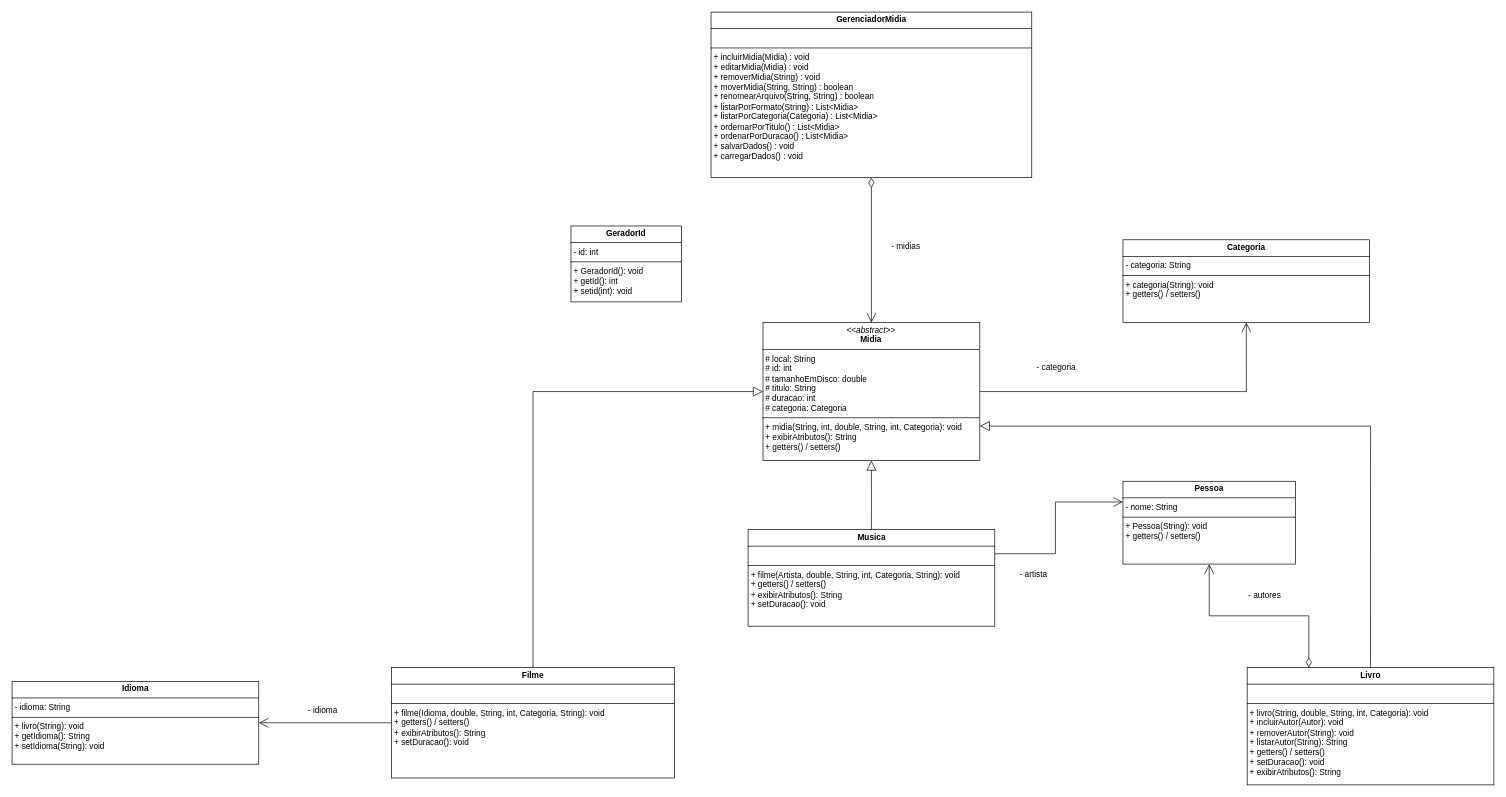
Earlier version of the draw.io diagram src/resources/UML-gerenciador-midias.drawio (LauraBarauna/GerenciadorMidias). Source tidied: cells renumbered, new cells numbered last; positions are measured from the earlier drawing's top-left corner, leaving out a move shared by most shapes. Both pictures are drawn from the tidied source at 69%, with x=0, y=0 at pixel (12, 12).
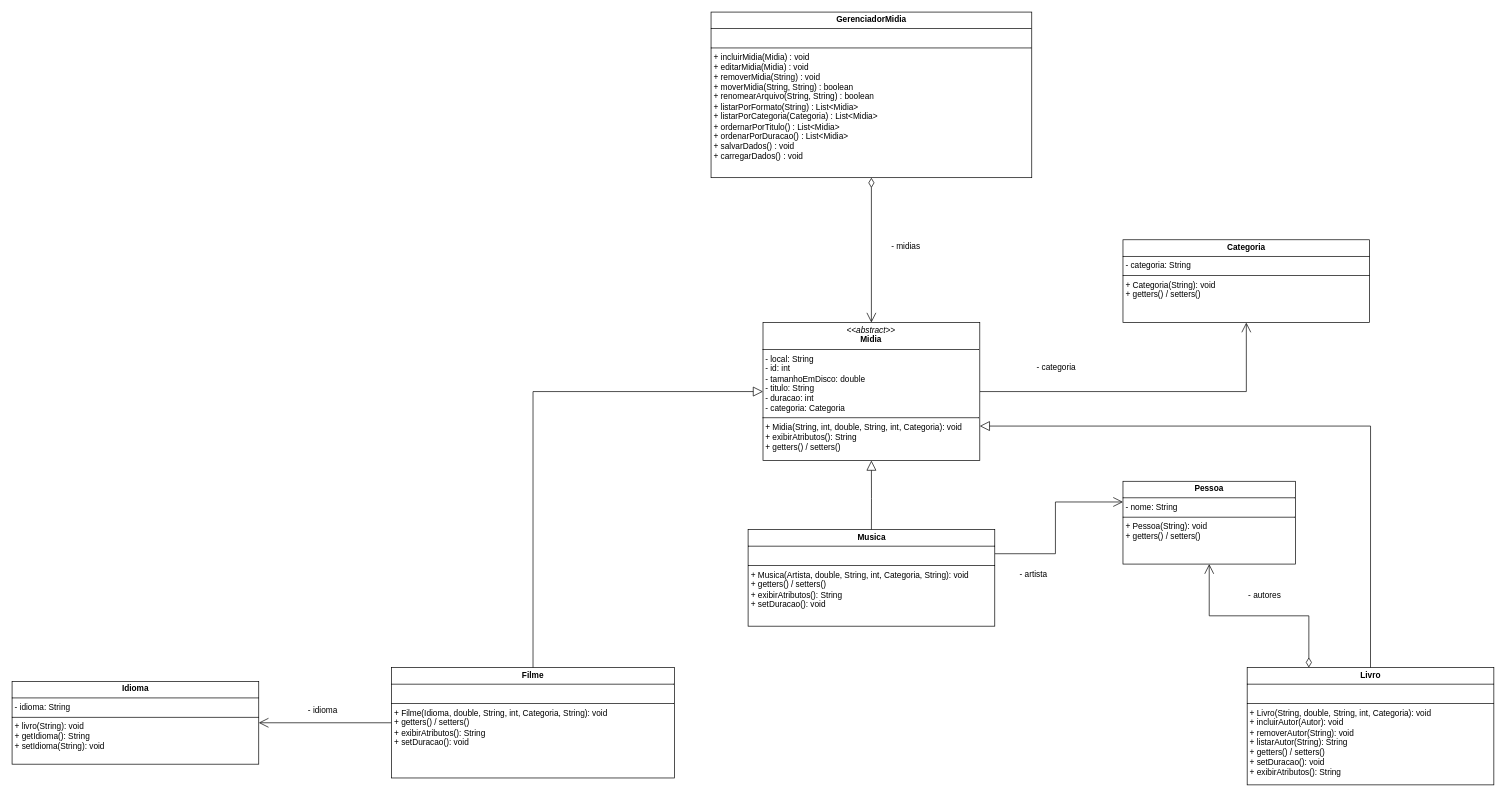
After the change.

Commit message (it also covers changes not shown here):
alterações musica, GerenciadorMidia e UML

Change to the diagram source:
```diff
@@
-    <mxCell id="3" value="&lt;p style=&quot;margin:0px;margin-top:4px;text-align:center;&quot;&gt;&lt;b&gt;Filme&lt;/b&gt;&lt;/p&gt;&lt;hr size=&quot;1&quot; style=&quot;border-style:solid;&quot;&gt;&lt;p style=&quot;margin:0px;margin-left:4px;&quot;&gt;&lt;br&gt;&lt;/p&gt;&lt;hr size=&quot;1&quot; style=&quot;border-style:solid;&quot;&gt;&lt;p style=&quot;margin:0px;margin-left:4px;&quot;&gt;+ filme(Idioma, double, String, int, Categoria, String): void&lt;/p&gt;&lt;p style=&quot;margin:0px;margin-left:4px;&quot;&gt;+ getters() / setters()&lt;/p&gt;&lt;p style=&quot;margin:0px;margin-left:4px;&quot;&gt;+ exibirAtributos(): String&lt;/p&gt;&lt;p style=&quot;margin:0px;margin-left:4px;&quot;&gt;+ setDuracao(): void&lt;/p&gt;" style="verticalAlign=top;align=left;overflow=fill;html=1;whiteSpace=wrap;" parent="1" vertex="1">
+    <mxCell id="3" value="&lt;p style=&quot;margin:0px;margin-top:4px;text-align:center;&quot;&gt;&lt;b&gt;Filme&lt;/b&gt;&lt;/p&gt;&lt;hr size=&quot;1&quot; style=&quot;border-style:solid;&quot;&gt;&lt;p style=&quot;margin:0px;margin-left:4px;&quot;&gt;&lt;br&gt;&lt;/p&gt;&lt;hr size=&quot;1&quot; style=&quot;border-style:solid;&quot;&gt;&lt;p style=&quot;margin:0px;margin-left:4px;&quot;&gt;+ Filme(Idioma, double, String, int, Categoria, String): void&lt;/p&gt;&lt;p style=&quot;margin:0px;margin-left:4px;&quot;&gt;+ getters() / setters()&lt;/p&gt;&lt;p style=&quot;margin:0px;margin-left:4px;&quot;&gt;+ exibirAtributos(): String&lt;/p&gt;&lt;p style=&quot;margin:0px;margin-left:4px;&quot;&gt;+ setDuracao(): void&lt;/p&gt;" style="verticalAlign=top;align=left;overflow=fill;html=1;whiteSpace=wrap;" parent="1" vertex="1">
       <mxGeometry x="550" y="950" width="410" height="160" as="geometry" />
     </mxCell>
@@
-    <mxCell id="5" value="&lt;p style=&quot;margin:0px;margin-top:4px;text-align:center;&quot;&gt;&lt;i&gt;&amp;lt;&amp;lt;abstract&amp;gt;&amp;gt;&lt;/i&gt;&lt;br&gt;&lt;b&gt;Midia&lt;/b&gt;&lt;/p&gt;&lt;hr size=&quot;1&quot; style=&quot;border-style:solid;&quot;&gt;&lt;p style=&quot;margin:0px;margin-left:4px;&quot;&gt;# local: String&lt;/p&gt;&lt;p style=&quot;margin:0px;margin-left:4px;&quot;&gt;# id: int&lt;br&gt;# tamanhoEmDisco: double&lt;/p&gt;&lt;p style=&quot;margin:0px;margin-left:4px;&quot;&gt;# titulo: String&lt;/p&gt;&lt;p style=&quot;margin:0px;margin-left:4px;&quot;&gt;# duracao: int&lt;/p&gt;&lt;p style=&quot;margin:0px;margin-left:4px;&quot;&gt;# categoria: Categoria&lt;/p&gt;&lt;hr size=&quot;1&quot; style=&quot;border-style:solid;&quot;&gt;&lt;p style=&quot;margin:0px;margin-left:4px;&quot;&gt;+ midia(String, int, double, String, int, Categoria): void&lt;br&gt;+ exibirAtributos(): String&lt;/p&gt;&lt;p style=&quot;margin:0px;margin-left:4px;&quot;&gt;+ getters() / setters()&lt;/p&gt;" style="verticalAlign=top;align=left;overflow=fill;html=1;whiteSpace=wrap;" parent="1" vertex="1">
+    <mxCell id="5" value="&lt;p style=&quot;margin:0px;margin-top:4px;text-align:center;&quot;&gt;&lt;i&gt;&amp;lt;&amp;lt;abstract&amp;gt;&amp;gt;&lt;/i&gt;&lt;br&gt;&lt;b&gt;Midia&lt;/b&gt;&lt;/p&gt;&lt;hr size=&quot;1&quot; style=&quot;border-style:solid;&quot;&gt;&lt;p style=&quot;margin:0px;margin-left:4px;&quot;&gt;- local: String&lt;/p&gt;&lt;p style=&quot;margin:0px;margin-left:4px;&quot;&gt;- id: int&lt;br&gt;- tamanhoEmDisco: double&lt;/p&gt;&lt;p style=&quot;margin:0px;margin-left:4px;&quot;&gt;- titulo: String&lt;/p&gt;&lt;p style=&quot;margin:0px;margin-left:4px;&quot;&gt;- duracao: int&lt;/p&gt;&lt;p style=&quot;margin:0px;margin-left:4px;&quot;&gt;- categoria: Categoria&lt;/p&gt;&lt;hr size=&quot;1&quot; style=&quot;border-style:solid;&quot;&gt;&lt;p style=&quot;margin:0px;margin-left:4px;&quot;&gt;+ Midia(String, int, double, String, int, Categoria): void&lt;br&gt;+ exibirAtributos(): String&lt;/p&gt;&lt;p style=&quot;margin:0px;margin-left:4px;&quot;&gt;+ getters() / setters()&lt;/p&gt;" style="verticalAlign=top;align=left;overflow=fill;html=1;whiteSpace=wrap;" parent="1" vertex="1">
       <mxGeometry x="1088.3" y="450" width="314.2" height="200" as="geometry" />
     </mxCell>
@@
-    <mxCell id="7" value="&lt;p style=&quot;margin:0px;margin-top:4px;text-align:center;&quot;&gt;&lt;b&gt;Musica&lt;/b&gt;&lt;/p&gt;&lt;hr size=&quot;1&quot; style=&quot;border-style:solid;&quot;&gt;&lt;p style=&quot;margin:0px;margin-left:4px;&quot;&gt;&lt;br&gt;&lt;/p&gt;&lt;hr size=&quot;1&quot; style=&quot;border-style:solid;&quot;&gt;&lt;p style=&quot;margin:0px;margin-left:4px;&quot;&gt;+ filme(Artista, double, String, int, Categoria, String): void&lt;/p&gt;&lt;p style=&quot;margin: 0px 0px 0px 4px;&quot;&gt;+ getters() / setters()&lt;/p&gt;&lt;p style=&quot;margin:0px;margin-left:4px;&quot;&gt;+ exibirAtributos(): String&lt;/p&gt;&lt;p style=&quot;margin:0px;margin-left:4px;&quot;&gt;+ setDuracao(): void&lt;/p&gt;" style="verticalAlign=top;align=left;overflow=fill;html=1;whiteSpace=wrap;" parent="1" vertex="1">
+    <mxCell id="7" value="&lt;p style=&quot;margin:0px;margin-top:4px;text-align:center;&quot;&gt;&lt;b&gt;Musica&lt;/b&gt;&lt;/p&gt;&lt;hr size=&quot;1&quot; style=&quot;border-style:solid;&quot;&gt;&lt;p style=&quot;margin:0px;margin-left:4px;&quot;&gt;&lt;br&gt;&lt;/p&gt;&lt;hr size=&quot;1&quot; style=&quot;border-style:solid;&quot;&gt;&lt;p style=&quot;margin:0px;margin-left:4px;&quot;&gt;+ Musica(Artista, double, String, int, Categoria, String): void&lt;/p&gt;&lt;p style=&quot;margin: 0px 0px 0px 4px;&quot;&gt;+ getters() / setters()&lt;/p&gt;&lt;p style=&quot;margin:0px;margin-left:4px;&quot;&gt;+ exibirAtributos(): String&lt;/p&gt;&lt;p style=&quot;margin:0px;margin-left:4px;&quot;&gt;+ setDuracao(): void&lt;/p&gt;" style="verticalAlign=top;align=left;overflow=fill;html=1;whiteSpace=wrap;" parent="1" vertex="1">
       <mxGeometry x="1066.7" y="750" width="357.5" height="140" as="geometry" />
     </mxCell>
@@
-    <mxCell id="9" value="&lt;p style=&quot;margin:0px;margin-top:4px;text-align:center;&quot;&gt;&lt;b&gt;Livro&lt;/b&gt;&lt;/p&gt;&lt;hr size=&quot;1&quot; style=&quot;border-style:solid;&quot;&gt;&lt;p style=&quot;margin:0px;margin-left:4px;&quot;&gt;&lt;br&gt;&lt;/p&gt;&lt;hr size=&quot;1&quot; style=&quot;border-style:solid;&quot;&gt;&lt;p style=&quot;margin:0px;margin-left:4px;&quot;&gt;+ livro(String, double, String, int, Categoria): void&lt;/p&gt;&lt;p style=&quot;margin: 0px 0px 0px 4px;&quot;&gt;+ incluirAutor(Autor): void&lt;/p&gt;&lt;p style=&quot;margin: 0px 0px 0px 4px;&quot;&gt;+ removerAutor(String): void&lt;/p&gt;&lt;p style=&quot;margin: 0px 0px 0px 4px;&quot;&gt;+ listarAutor(String): String&lt;/p&gt;&lt;p style=&quot;margin: 0px 0px 0px 4px;&quot;&gt;+ getters() / setters()&lt;/p&gt;&lt;p style=&quot;margin: 0px 0px 0px 4px;&quot;&gt;+ setDuracao(): void&lt;/p&gt;&lt;p style=&quot;margin:0px;margin-left:4px;&quot;&gt;+ exibirAtributos(): String&lt;/p&gt;" style="verticalAlign=top;align=left;overflow=fill;html=1;whiteSpace=wrap;" parent="1" vertex="1">
+    <mxCell id="9" value="&lt;p style=&quot;margin:0px;margin-top:4px;text-align:center;&quot;&gt;&lt;b&gt;Livro&lt;/b&gt;&lt;/p&gt;&lt;hr size=&quot;1&quot; style=&quot;border-style:solid;&quot;&gt;&lt;p style=&quot;margin:0px;margin-left:4px;&quot;&gt;&lt;br&gt;&lt;/p&gt;&lt;hr size=&quot;1&quot; style=&quot;border-style:solid;&quot;&gt;&lt;p style=&quot;margin:0px;margin-left:4px;&quot;&gt;+ Livro(String, double, String, int, Categoria): void&lt;/p&gt;&lt;p style=&quot;margin: 0px 0px 0px 4px;&quot;&gt;+ incluirAutor(Autor): void&lt;/p&gt;&lt;p style=&quot;margin: 0px 0px 0px 4px;&quot;&gt;+ removerAutor(String): void&lt;/p&gt;&lt;p style=&quot;margin: 0px 0px 0px 4px;&quot;&gt;+ listarAutor(String): String&lt;/p&gt;&lt;p style=&quot;margin: 0px 0px 0px 4px;&quot;&gt;+ getters() / setters()&lt;/p&gt;&lt;p style=&quot;margin: 0px 0px 0px 4px;&quot;&gt;+ setDuracao(): void&lt;/p&gt;&lt;p style=&quot;margin:0px;margin-left:4px;&quot;&gt;+ exibirAtributos(): String&lt;/p&gt;" style="verticalAlign=top;align=left;overflow=fill;html=1;whiteSpace=wrap;" parent="1" vertex="1">
       <mxGeometry x="1790" y="950" width="357.5" height="170" as="geometry" />
     </mxCell>
@@
-    <mxCell id="13" value="&lt;p style=&quot;margin:0px;margin-top:4px;text-align:center;&quot;&gt;&lt;b&gt;Categoria&lt;/b&gt;&lt;/p&gt;&lt;hr size=&quot;1&quot; style=&quot;border-style:solid;&quot;&gt;&lt;p style=&quot;margin:0px;margin-left:4px;&quot;&gt;- categoria: String&lt;/p&gt;&lt;hr size=&quot;1&quot; style=&quot;border-style:solid;&quot;&gt;&lt;p style=&quot;margin:0px;margin-left:4px;&quot;&gt;+ categoria(String): void&lt;/p&gt;&lt;p style=&quot;margin: 0px 0px 0px 4px;&quot;&gt;+ getters() / setters()&lt;/p&gt;&lt;div&gt;&lt;br&gt;&lt;/div&gt;" style="verticalAlign=top;align=left;overflow=fill;html=1;whiteSpace=wrap;" parent="1" vertex="1">
+    <mxCell id="13" value="&lt;p style=&quot;margin:0px;margin-top:4px;text-align:center;&quot;&gt;&lt;b&gt;Categoria&lt;/b&gt;&lt;/p&gt;&lt;hr size=&quot;1&quot; style=&quot;border-style:solid;&quot;&gt;&lt;p style=&quot;margin:0px;margin-left:4px;&quot;&gt;- categoria: String&lt;/p&gt;&lt;hr size=&quot;1&quot; style=&quot;border-style:solid;&quot;&gt;&lt;p style=&quot;margin:0px;margin-left:4px;&quot;&gt;+ Categoria(String): void&lt;/p&gt;&lt;p style=&quot;margin: 0px 0px 0px 4px;&quot;&gt;+ getters() / setters()&lt;/p&gt;&lt;div&gt;&lt;br&gt;&lt;/div&gt;" style="verticalAlign=top;align=left;overflow=fill;html=1;whiteSpace=wrap;" parent="1" vertex="1">
       <mxGeometry x="1610" y="330" width="357.5" height="120" as="geometry" />
     </mxCell>
@@
-    <mxCell id="23" value="&lt;p style=&quot;margin:0px;margin-top:4px;text-align:center;&quot;&gt;&lt;b&gt;GeradorId&lt;/b&gt;&lt;/p&gt;&lt;hr size=&quot;1&quot; style=&quot;border-style:solid;&quot;&gt;&lt;p style=&quot;margin:0px;margin-left:4px;&quot;&gt;- id: int&lt;/p&gt;&lt;hr size=&quot;1&quot; style=&quot;border-style:solid;&quot;&gt;&lt;p style=&quot;margin:0px;margin-left:4px;&quot;&gt;+ GeradorId(): void&lt;/p&gt;&lt;p style=&quot;margin:0px;margin-left:4px;&quot;&gt;+ getId(): int&lt;/p&gt;&lt;p style=&quot;margin:0px;margin-left:4px;&quot;&gt;+ setid(int): void&lt;/p&gt;" style="verticalAlign=top;align=left;overflow=fill;html=1;whiteSpace=wrap;" parent="1" vertex="1">
-      <mxGeometry x="810" y="310" width="160" height="110" as="geometry" />
-    </mxCell>
```
